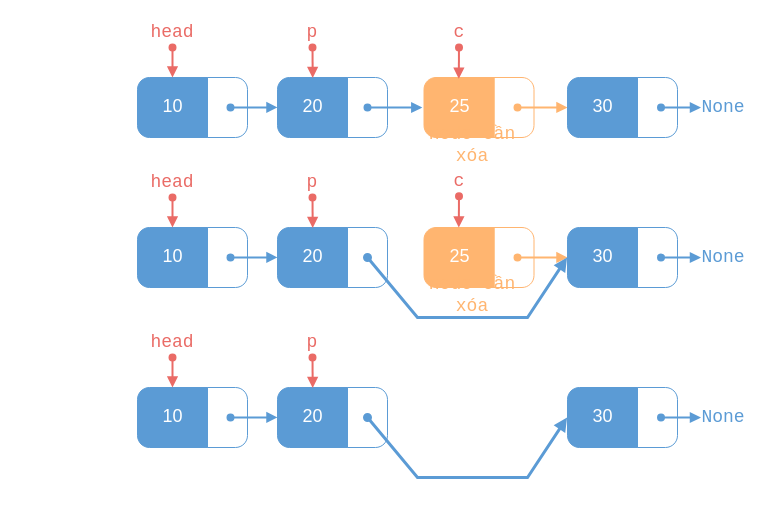
Above: page "Remove" (5 of 5) of linked-list.drawio in vtchitruong/vtchitruong.github.io (draw.io), before the change. Source tidied: cells renumbered, new cells numbered last; positions are measured from the earlier drawing's top-left corner, leaving out a move shared by most shapes. Both pictures are drawn from the tidied source at 100%, with x=0, y=0 at pixel (137, 17).
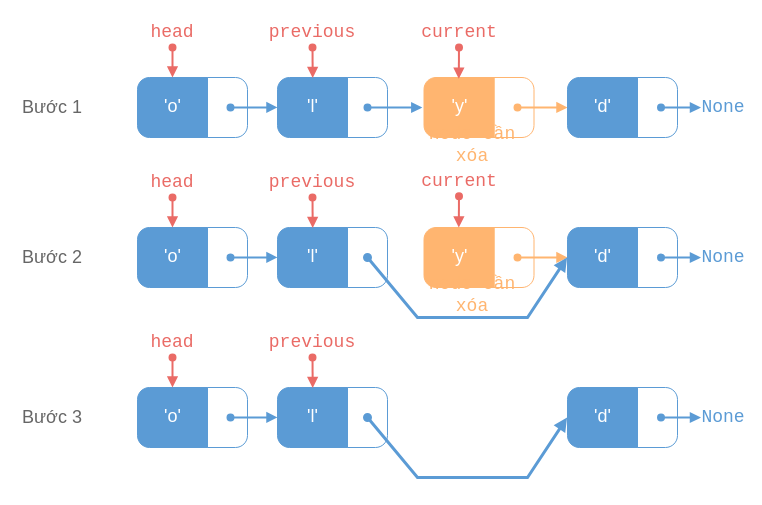
The same diagram, later.

What changed in the source:
```diff
@@
-    <mxCell id="2" value="&lt;font face=&quot;Segoe UI Variable Display&quot;&gt;25&lt;/font&gt;" style="verticalLabelPosition=middle;verticalAlign=middle;html=1;shape=mxgraph.basic.rect;fillColor2=none;strokeWidth=1;size=12;indent=5;rectStyle=square;topLeftStyle=rounded;bottomLeftStyle=rounded;fillColor=#FFB570;horizontal=1;labelPosition=center;align=center;fontSize=18;fontFamily=Consolas;fontColor=#FFFFFF;strokeColor=#FFB570;" parent="1" vertex="1">
+    <mxCell id="2" value="&lt;font face=&quot;Segoe UI Variable Display&quot;&gt;'y'&lt;/font&gt;" style="verticalLabelPosition=middle;verticalAlign=middle;html=1;shape=mxgraph.basic.rect;fillColor2=none;strokeWidth=1;size=12;indent=5;rectStyle=square;topLeftStyle=rounded;bottomLeftStyle=rounded;fillColor=#FFB570;horizontal=1;labelPosition=center;align=center;fontSize=18;fontFamily=Consolas;fontColor=#FFFFFF;strokeColor=#FFB570;" parent="1" vertex="1">
       <mxGeometry x="286.5" y="60" width="70" height="60" as="geometry" />
     </mxCell>
@@
-    <mxCell id="5" value="&lt;font face=&quot;Segoe UI Variable Display&quot;&gt;10&lt;/font&gt;" style="verticalLabelPosition=middle;verticalAlign=middle;html=1;shape=mxgraph.basic.rect;fillColor2=none;strokeWidth=1;size=12;indent=5;rectStyle=square;topLeftStyle=rounded;bottomLeftStyle=rounded;fillColor=#5B9BD5;horizontal=1;labelPosition=center;align=center;fontSize=18;fontFamily=Consolas;fontColor=#FFFFFF;strokeColor=#5B9BD5;" parent="1" vertex="1">
+    <mxCell id="5" value="&lt;font face=&quot;Segoe UI Variable Display&quot;&gt;'o'&lt;/font&gt;" style="verticalLabelPosition=middle;verticalAlign=middle;html=1;shape=mxgraph.basic.rect;fillColor2=none;strokeWidth=1;size=12;indent=5;rectStyle=square;topLeftStyle=rounded;bottomLeftStyle=rounded;fillColor=#5B9BD5;horizontal=1;labelPosition=center;align=center;fontSize=18;fontFamily=Consolas;fontColor=#FFFFFF;strokeColor=#5B9BD5;" parent="1" vertex="1">
       <mxGeometry y="60" width="70" height="60" as="geometry" />
     </mxCell>
@@
-    <mxCell id="10" value="&lt;font face=&quot;Segoe UI Variable Display&quot;&gt;20&lt;/font&gt;" style="verticalLabelPosition=middle;verticalAlign=middle;html=1;shape=mxgraph.basic.rect;fillColor2=none;strokeWidth=1;size=12;indent=5;rectStyle=square;topLeftStyle=rounded;bottomLeftStyle=rounded;fillColor=#5B9BD5;horizontal=1;labelPosition=center;align=center;fontSize=18;fontFamily=Consolas;fontColor=#FFFFFF;strokeColor=#5B9BD5;" parent="1" vertex="1">
+    <mxCell id="10" value="&lt;font face=&quot;Segoe UI Variable Display&quot;&gt;'l'&lt;/font&gt;" style="verticalLabelPosition=middle;verticalAlign=middle;html=1;shape=mxgraph.basic.rect;fillColor2=none;strokeWidth=1;size=12;indent=5;rectStyle=square;topLeftStyle=rounded;bottomLeftStyle=rounded;fillColor=#5B9BD5;horizontal=1;labelPosition=center;align=center;fontSize=18;fontFamily=Consolas;fontColor=#FFFFFF;strokeColor=#5B9BD5;" parent="1" vertex="1">
       <mxGeometry x="140" y="60" width="70" height="60" as="geometry" />
     </mxCell>
@@
-    <mxCell id="13" value="p" style="rounded=1;whiteSpace=wrap;html=1;strokeColor=none;fillColor=none;fontFamily=Consolas;fontColor=#EA6B66;fontSize=18;" parent="1" vertex="1">
+    <mxCell id="13" value="previous" style="rounded=1;whiteSpace=wrap;html=1;strokeColor=none;fillColor=none;fontFamily=Consolas;fontColor=#EA6B66;fontSize=18;" parent="1" vertex="1">
       <mxGeometry x="145" width="60" height="30" as="geometry" />
     </mxCell>
@@
-    <mxCell id="15" value="&lt;font face=&quot;Segoe UI Variable Display&quot;&gt;30&lt;/font&gt;" style="verticalLabelPosition=middle;verticalAlign=middle;html=1;shape=mxgraph.basic.rect;fillColor2=none;strokeWidth=1;size=12;indent=5;rectStyle=square;topLeftStyle=rounded;bottomLeftStyle=rounded;fillColor=#5B9BD5;horizontal=1;labelPosition=center;align=center;fontSize=18;fontFamily=Consolas;fontColor=#FFFFFF;strokeColor=#5B9BD5;" parent="1" vertex="1">
+    <mxCell id="15" value="&lt;font face=&quot;Segoe UI Variable Display&quot;&gt;'d'&lt;/font&gt;" style="verticalLabelPosition=middle;verticalAlign=middle;html=1;shape=mxgraph.basic.rect;fillColor2=none;strokeWidth=1;size=12;indent=5;rectStyle=square;topLeftStyle=rounded;bottomLeftStyle=rounded;fillColor=#5B9BD5;horizontal=1;labelPosition=center;align=center;fontSize=18;fontFamily=Consolas;fontColor=#FFFFFF;strokeColor=#5B9BD5;" parent="1" vertex="1">
       <mxGeometry x="430" y="60" width="70" height="60" as="geometry" />
     </mxCell>
@@
-    <mxCell id="18" value="c" style="rounded=1;whiteSpace=wrap;html=1;strokeColor=none;fillColor=none;fontFamily=Consolas;fontColor=#EA6B66;fontSize=18;" parent="1" vertex="1">
+    <mxCell id="18" value="current" style="rounded=1;whiteSpace=wrap;html=1;strokeColor=none;fillColor=none;fontFamily=Consolas;fontColor=#EA6B66;fontSize=18;" parent="1" vertex="1">
       <mxGeometry x="291.5" width="60" height="30" as="geometry" />
     </mxCell>
@@
-    <mxCell id="21" value="&lt;font face=&quot;Segoe UI Variable Display&quot;&gt;25&lt;/font&gt;" style="verticalLabelPosition=middle;verticalAlign=middle;html=1;shape=mxgraph.basic.rect;fillColor2=none;strokeWidth=1;size=12;indent=5;rectStyle=square;topLeftStyle=rounded;bottomLeftStyle=rounded;fillColor=#FFB570;horizontal=1;labelPosition=center;align=center;fontSize=18;fontFamily=Consolas;fontColor=#FFFFFF;strokeColor=#FFB570;" parent="1" vertex="1">
+    <mxCell id="21" value="&lt;font face=&quot;Segoe UI Variable Display&quot;&gt;'y'&lt;/font&gt;" style="verticalLabelPosition=middle;verticalAlign=middle;html=1;shape=mxgraph.basic.rect;fillColor2=none;strokeWidth=1;size=12;indent=5;rectStyle=square;topLeftStyle=rounded;bottomLeftStyle=rounded;fillColor=#FFB570;horizontal=1;labelPosition=center;align=center;fontSize=18;fontFamily=Consolas;fontColor=#FFFFFF;strokeColor=#FFB570;" parent="1" vertex="1">
       <mxGeometry x="286.5" y="210" width="70" height="60" as="geometry" />
     </mxCell>
@@
-    <mxCell id="24" value="&lt;font face=&quot;Segoe UI Variable Display&quot;&gt;10&lt;/font&gt;" style="verticalLabelPosition=middle;verticalAlign=middle;html=1;shape=mxgraph.basic.rect;fillColor2=none;strokeWidth=1;size=12;indent=5;rectStyle=square;topLeftStyle=rounded;bottomLeftStyle=rounded;fillColor=#5B9BD5;horizontal=1;labelPosition=center;align=center;fontSize=18;fontFamily=Consolas;fontColor=#FFFFFF;strokeColor=#5B9BD5;" parent="1" vertex="1">
+    <mxCell id="24" value="&lt;font face=&quot;Segoe UI Variable Display&quot;&gt;'o'&lt;/font&gt;" style="verticalLabelPosition=middle;verticalAlign=middle;html=1;shape=mxgraph.basic.rect;fillColor2=none;strokeWidth=1;size=12;indent=5;rectStyle=square;topLeftStyle=rounded;bottomLeftStyle=rounded;fillColor=#5B9BD5;horizontal=1;labelPosition=center;align=center;fontSize=18;fontFamily=Consolas;fontColor=#FFFFFF;strokeColor=#5B9BD5;" parent="1" vertex="1">
       <mxGeometry y="210" width="70" height="60" as="geometry" />
     </mxCell>
@@
-    <mxCell id="29" value="&lt;font face=&quot;Segoe UI Variable Display&quot;&gt;20&lt;/font&gt;" style="verticalLabelPosition=middle;verticalAlign=middle;html=1;shape=mxgraph.basic.rect;fillColor2=none;strokeWidth=1;size=12;indent=5;rectStyle=square;topLeftStyle=rounded;bottomLeftStyle=rounded;fillColor=#5B9BD5;horizontal=1;labelPosition=center;align=center;fontSize=18;fontFamily=Consolas;fontColor=#FFFFFF;strokeColor=#5B9BD5;" parent="1" vertex="1">
+    <mxCell id="29" value="&lt;font face=&quot;Segoe UI Variable Display&quot;&gt;'l'&lt;/font&gt;" style="verticalLabelPosition=middle;verticalAlign=middle;html=1;shape=mxgraph.basic.rect;fillColor2=none;strokeWidth=1;size=12;indent=5;rectStyle=square;topLeftStyle=rounded;bottomLeftStyle=rounded;fillColor=#5B9BD5;horizontal=1;labelPosition=center;align=center;fontSize=18;fontFamily=Consolas;fontColor=#FFFFFF;strokeColor=#5B9BD5;" parent="1" vertex="1">
       <mxGeometry x="140" y="210" width="70" height="60" as="geometry" />
     </mxCell>
@@
-    <mxCell id="31" value="p" style="rounded=1;whiteSpace=wrap;html=1;strokeColor=none;fillColor=none;fontFamily=Consolas;fontColor=#EA6B66;fontSize=18;" parent="1" vertex="1">
+    <mxCell id="31" value="previous" style="rounded=1;whiteSpace=wrap;html=1;strokeColor=none;fillColor=none;fontFamily=Consolas;fontColor=#EA6B66;fontSize=18;" parent="1" vertex="1">
       <mxGeometry x="145" y="150" width="60" height="30" as="geometry" />
     </mxCell>
@@
-    <mxCell id="33" value="&lt;font face=&quot;Segoe UI Variable Display&quot;&gt;30&lt;/font&gt;" style="verticalLabelPosition=middle;verticalAlign=middle;html=1;shape=mxgraph.basic.rect;fillColor2=none;strokeWidth=1;size=12;indent=5;rectStyle=square;topLeftStyle=rounded;bottomLeftStyle=rounded;fillColor=#5B9BD5;horizontal=1;labelPosition=center;align=center;fontSize=18;fontFamily=Consolas;fontColor=#FFFFFF;strokeColor=#5B9BD5;" parent="1" vertex="1">
+    <mxCell id="33" value="&lt;font face=&quot;Segoe UI Variable Display&quot;&gt;'d'&lt;/font&gt;" style="verticalLabelPosition=middle;verticalAlign=middle;html=1;shape=mxgraph.basic.rect;fillColor2=none;strokeWidth=1;size=12;indent=5;rectStyle=square;topLeftStyle=rounded;bottomLeftStyle=rounded;fillColor=#5B9BD5;horizontal=1;labelPosition=center;align=center;fontSize=18;fontFamily=Consolas;fontColor=#FFFFFF;strokeColor=#5B9BD5;" parent="1" vertex="1">
       <mxGeometry x="430" y="210" width="70" height="60" as="geometry" />
     </mxCell>
@@
-    <mxCell id="36" value="c" style="rounded=1;whiteSpace=wrap;html=1;strokeColor=none;fillColor=none;fontFamily=Consolas;fontColor=#EA6B66;fontSize=18;" parent="1" vertex="1">
+    <mxCell id="36" value="current" style="rounded=1;whiteSpace=wrap;html=1;strokeColor=none;fillColor=none;fontFamily=Consolas;fontColor=#EA6B66;fontSize=18;" parent="1" vertex="1">
       <mxGeometry x="291.5" y="148.8" width="60" height="30" as="geometry" />
     </mxCell>
@@
-    <mxCell id="40" value="&lt;font face=&quot;Segoe UI Variable Display&quot;&gt;10&lt;/font&gt;" style="verticalLabelPosition=middle;verticalAlign=middle;html=1;shape=mxgraph.basic.rect;fillColor2=none;strokeWidth=1;size=12;indent=5;rectStyle=square;topLeftStyle=rounded;bottomLeftStyle=rounded;fillColor=#5B9BD5;horizontal=1;labelPosition=center;align=center;fontSize=18;fontFamily=Consolas;fontColor=#FFFFFF;strokeColor=#5B9BD5;" parent="1" vertex="1">
+    <mxCell id="40" value="&lt;font face=&quot;Segoe UI Variable Display&quot;&gt;'o'&lt;/font&gt;" style="verticalLabelPosition=middle;verticalAlign=middle;html=1;shape=mxgraph.basic.rect;fillColor2=none;strokeWidth=1;size=12;indent=5;rectStyle=square;topLeftStyle=rounded;bottomLeftStyle=rounded;fillColor=#5B9BD5;horizontal=1;labelPosition=center;align=center;fontSize=18;fontFamily=Consolas;fontColor=#FFFFFF;strokeColor=#5B9BD5;" parent="1" vertex="1">
       <mxGeometry y="370" width="70" height="60" as="geometry" />
     </mxCell>
@@
-    <mxCell id="45" value="&lt;font face=&quot;Segoe UI Variable Display&quot;&gt;20&lt;/font&gt;" style="verticalLabelPosition=middle;verticalAlign=middle;html=1;shape=mxgraph.basic.rect;fillColor2=none;strokeWidth=1;size=12;indent=5;rectStyle=square;topLeftStyle=rounded;bottomLeftStyle=rounded;fillColor=#5B9BD5;horizontal=1;labelPosition=center;align=center;fontSize=18;fontFamily=Consolas;fontColor=#FFFFFF;strokeColor=#5B9BD5;" parent="1" vertex="1">
+    <mxCell id="45" value="&lt;font face=&quot;Segoe UI Variable Display&quot;&gt;'l'&lt;/font&gt;" style="verticalLabelPosition=middle;verticalAlign=middle;html=1;shape=mxgraph.basic.rect;fillColor2=none;strokeWidth=1;size=12;indent=5;rectStyle=square;topLeftStyle=rounded;bottomLeftStyle=rounded;fillColor=#5B9BD5;horizontal=1;labelPosition=center;align=center;fontSize=18;fontFamily=Consolas;fontColor=#FFFFFF;strokeColor=#5B9BD5;" parent="1" vertex="1">
       <mxGeometry x="140" y="370" width="70" height="60" as="geometry" />
     </mxCell>
@@
-    <mxCell id="47" value="p" style="rounded=1;whiteSpace=wrap;html=1;strokeColor=none;fillColor=none;fontFamily=Consolas;fontColor=#EA6B66;fontSize=18;" parent="1" vertex="1">
+    <mxCell id="47" value="previous" style="rounded=1;whiteSpace=wrap;html=1;strokeColor=none;fillColor=none;fontFamily=Consolas;fontColor=#EA6B66;fontSize=18;" parent="1" vertex="1">
       <mxGeometry x="145" y="310" width="60" height="30" as="geometry" />
     </mxCell>
@@
-    <mxCell id="49" value="&lt;font face=&quot;Segoe UI Variable Display&quot;&gt;30&lt;/font&gt;" style="verticalLabelPosition=middle;verticalAlign=middle;html=1;shape=mxgraph.basic.rect;fillColor2=none;strokeWidth=1;size=12;indent=5;rectStyle=square;topLeftStyle=rounded;bottomLeftStyle=rounded;fillColor=#5B9BD5;horizontal=1;labelPosition=center;align=center;fontSize=18;fontFamily=Consolas;fontColor=#FFFFFF;strokeColor=#5B9BD5;" parent="1" vertex="1">
+    <mxCell id="49" value="&lt;font face=&quot;Segoe UI Variable Display&quot;&gt;'d'&lt;/font&gt;" style="verticalLabelPosition=middle;verticalAlign=middle;html=1;shape=mxgraph.basic.rect;fillColor2=none;strokeWidth=1;size=12;indent=5;rectStyle=square;topLeftStyle=rounded;bottomLeftStyle=rounded;fillColor=#5B9BD5;horizontal=1;labelPosition=center;align=center;fontSize=18;fontFamily=Consolas;fontColor=#FFFFFF;strokeColor=#5B9BD5;" parent="1" vertex="1">
       <mxGeometry x="430" y="370" width="70" height="60" as="geometry" />
     </mxCell>
@@
+    <mxCell id="56" value="Bước 1" style="rounded=1;whiteSpace=wrap;html=1;strokeColor=none;fillColor=none;fontFamily=Segoe UI Variable Display;fontColor=#666666;fontSize=18;" parent="1" vertex="1">
+      <mxGeometry x="-120" y="75" width="70" height="30" as="geometry" />
+    </mxCell>
+    <mxCell id="57" value="Bước 2" style="rounded=1;whiteSpace=wrap;html=1;strokeColor=none;fillColor=none;fontFamily=Segoe UI Variable Display;fontColor=#666666;fontSize=18;" parent="1" vertex="1">
+      <mxGeometry x="-120" y="225" width="70" height="30" as="geometry" />
+    </mxCell>
+    <mxCell id="58" value="Bước 3" style="rounded=1;whiteSpace=wrap;html=1;strokeColor=none;fillColor=none;fontFamily=Segoe UI Variable Display;fontColor=#666666;fontSize=18;" parent="1" vertex="1">
+      <mxGeometry x="-120" y="385" width="70" height="30" as="geometry" />
+    </mxCell>
```
